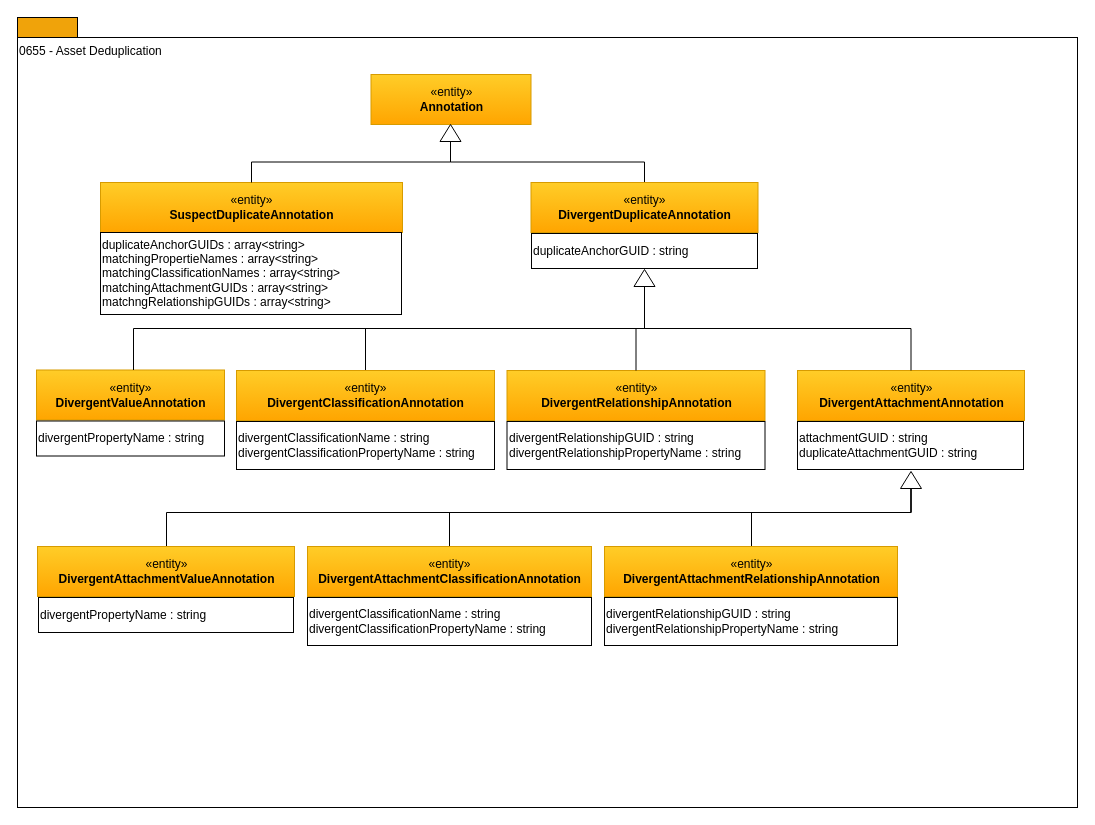
Above: page "0655 - Asset Deduplication" (16 of 18) of open-metadata-publication/website/open-metadata-types/area-6-discovery.drawio in planetf1/egeria (draw.io), before the change. Source tidied: cells renumbered, new cells numbered last; positions are measured from the earlier drawing's top-left corner, leaving out a move shared by most shapes. Both pictures are drawn from the tidied source at 100%, with x=0, y=0 at pixel (17, 17).
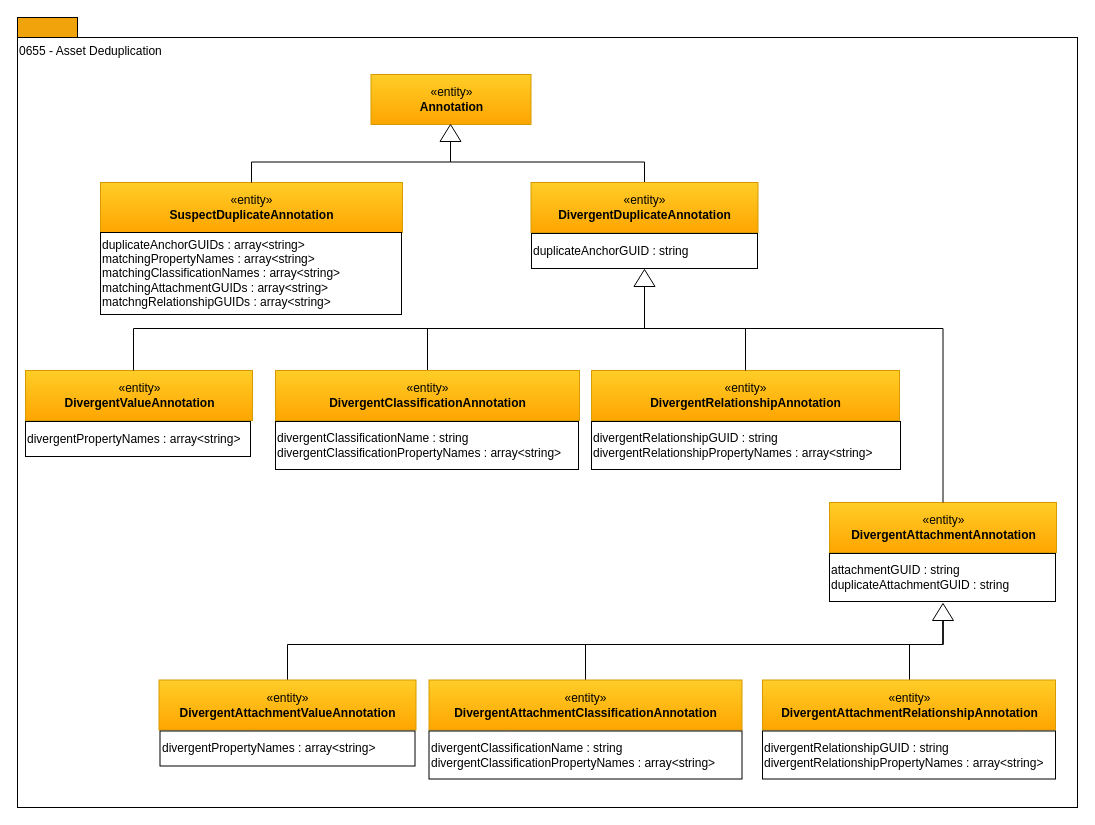
Above is the later version.

Unchanged cells that the change refers to:
```xml
<mxCell id="22" style="triangle;whiteSpace=wrap;html=1;strokeColor=#000000;gradientColor=#ffffff;align=center;rotation=-90;" parent="1" vertex="1">
  <mxGeometry x="618.5" y="250" width="17" height="21" as="geometry" />
</mxCell>
```

Diff of the diagram source:
```diff
@@
-    <mxCell id="5" value="duplicateAnchorGUIDs : array&amp;lt;string&amp;gt;&lt;br&gt;matchingPropertieNames : array&amp;lt;string&amp;gt;&lt;br&gt;matchingClassificationNames : array&amp;lt;string&amp;gt;&lt;br&gt;matchingAttachmentGUIDs : array&amp;lt;string&amp;gt;&lt;br&gt;matchngRelationshipGUIDs : array&amp;lt;string&amp;gt;" style="rounded=0;whiteSpace=wrap;html=1;strokeColor=#000000;gradientColor=#ffffff;align=left;" parent="1" vertex="1">
+    <mxCell id="5" value="duplicateAnchorGUIDs : array&amp;lt;string&amp;gt;&lt;br&gt;matchingPropertyNames : array&amp;lt;string&amp;gt;&lt;br&gt;matchingClassificationNames : array&amp;lt;string&amp;gt;&lt;br&gt;matchingAttachmentGUIDs : array&amp;lt;string&amp;gt;&lt;br&gt;matchngRelationshipGUIDs : array&amp;lt;string&amp;gt;" style="rounded=0;whiteSpace=wrap;html=1;strokeColor=#000000;gradientColor=#ffffff;align=left;" parent="1" vertex="1">
       <mxGeometry x="83" y="215" width="301" height="82" as="geometry" />
     </mxCell>
@@
     <mxCell id="10" value="«entity»&lt;br&gt;&lt;b&gt;DivergentValueAnnotation&lt;/b&gt;" style="html=1;strokeColor=#d79b00;align=center;fillColor=#ffcd28;gradientColor=#ffa500;" parent="1" vertex="1">
-      <mxGeometry x="19" y="352.5" width="188" height="50" as="geometry" />
+      <mxGeometry x="8" y="353" width="227" height="50" as="geometry" />
     </mxCell>
-    <mxCell id="11" value="divergentPropertyName : string" style="rounded=0;whiteSpace=wrap;html=1;strokeColor=#000000;gradientColor=#ffffff;align=left;" parent="1" vertex="1">
-      <mxGeometry x="19" y="403.5" width="188" height="35" as="geometry" />
+    <mxCell id="11" value="divergentPropertyNames : array&amp;lt;string&amp;gt;" style="rounded=0;whiteSpace=wrap;html=1;strokeColor=#000000;gradientColor=#ffffff;align=left;" parent="1" vertex="1">
+      <mxGeometry x="8" y="404" width="225" height="35" as="geometry" />
     </mxCell>
     <mxCell id="12" value="«entity»&lt;br&gt;&lt;b&gt;DivergentAttachmentAnnotation&lt;/b&gt;" style="html=1;strokeColor=#d79b00;align=center;fillColor=#ffcd28;gradientColor=#ffa500;" parent="1" vertex="1">
-      <mxGeometry x="780" y="353" width="227" height="50" as="geometry" />
+      <mxGeometry x="812" y="485" width="227" height="50" as="geometry" />
     </mxCell>
     <mxCell id="13" value="attachmentGUID : string&lt;br&gt;duplicateAttachmentGUID&amp;nbsp;: string" style="rounded=0;whiteSpace=wrap;html=1;strokeColor=#000000;gradientColor=#ffffff;align=left;" parent="1" vertex="1">
-      <mxGeometry x="780" y="404" width="226" height="48" as="geometry" />
+      <mxGeometry x="812" y="536" width="226" height="48" as="geometry" />
     </mxCell>
     <mxCell id="14" value="«entity»&lt;br&gt;&lt;b&gt;DivergentRelationshipAnnotation&lt;/b&gt;" style="html=1;strokeColor=#d79b00;align=center;fillColor=#ffcd28;gradientColor=#ffa500;" parent="1" vertex="1">
-      <mxGeometry x="489.5" y="353" width="258" height="50" as="geometry" />
+      <mxGeometry x="574" y="353" width="308" height="50" as="geometry" />
     </mxCell>
-    <mxCell id="15" value="divergentRelationshipGUID&amp;nbsp;: string&lt;br&gt;divergentRelationshipPropertyName : string" style="rounded=0;whiteSpace=wrap;html=1;strokeColor=#000000;gradientColor=#ffffff;align=left;" parent="1" vertex="1">
-      <mxGeometry x="489.5" y="404" width="258" height="48" as="geometry" />
+    <mxCell id="15" value="divergentRelationshipGUID&amp;nbsp;: string&lt;br&gt;divergentRelationshipPropertyNames : array&amp;lt;string&amp;gt;" style="rounded=0;whiteSpace=wrap;html=1;strokeColor=#000000;gradientColor=#ffffff;align=left;" parent="1" vertex="1">
+      <mxGeometry x="574" y="404" width="309" height="48" as="geometry" />
     </mxCell>
@@
     <mxCell id="21" style="edgeStyle=orthogonalEdgeStyle;rounded=0;jettySize=auto;html=1;entryX=0.5;entryY=0;entryDx=0;entryDy=0;endArrow=none;endFill=0;" parent="1" edge="1" source="22" target="12">
       <mxGeometry relative="1" as="geometry">
         <Array as="points">
           <mxPoint x="627" y="311" />
-          <mxPoint x="894" y="311" />
+          <mxPoint x="926" y="311" />
         </Array>
       </mxGeometry>
     </mxCell>
@@
     <mxCell id="23" style="edgeStyle=orthogonalEdgeStyle;rounded=0;jettySize=auto;html=1;endArrow=none;endFill=0;" parent="1" edge="1" source="26" target="29">
       <mxGeometry relative="1" as="geometry">
         <Array as="points">
-          <mxPoint x="894" y="495" />
-          <mxPoint x="734" y="495" />
+          <mxPoint x="926" y="627" />
+          <mxPoint x="892" y="627" />
         </Array>
       </mxGeometry>
     </mxCell>
     <mxCell id="24" style="edgeStyle=orthogonalEdgeStyle;rounded=0;jettySize=auto;html=1;endArrow=none;endFill=0;" parent="1" edge="1" source="26" target="33">
       <mxGeometry relative="1" as="geometry">
         <Array as="points">
-          <mxPoint x="894" y="495" />
-          <mxPoint x="432" y="495" />
+          <mxPoint x="926" y="627" />
+          <mxPoint x="568" y="627" />
         </Array>
       </mxGeometry>
     </mxCell>
     <mxCell id="25" style="edgeStyle=orthogonalEdgeStyle;rounded=0;jettySize=auto;html=1;endArrow=none;endFill=0;" parent="1" edge="1" source="26" target="27">
       <mxGeometry relative="1" as="geometry">
         <Array as="points">
-          <mxPoint x="894" y="495" />
-          <mxPoint x="149" y="495" />
+          <mxPoint x="926" y="627" />
+          <mxPoint x="270" y="627" />
         </Array>
       </mxGeometry>
     </mxCell>
     <mxCell id="26" style="triangle;whiteSpace=wrap;html=1;strokeColor=#000000;gradientColor=#ffffff;align=center;rotation=-90;" parent="1" vertex="1">
-      <mxGeometry x="885" y="452" width="17" height="21" as="geometry" />
+      <mxGeometry x="917" y="584" width="17" height="21" as="geometry" />
     </mxCell>
     <mxCell id="27" value="«entity»&lt;br&gt;&lt;b&gt;DivergentAttachmentValueAnnotation&lt;/b&gt;" style="html=1;strokeColor=#d79b00;align=center;fillColor=#ffcd28;gradientColor=#ffa500;" parent="1" vertex="1">
-      <mxGeometry x="20" y="529" width="257" height="50" as="geometry" />
+      <mxGeometry x="141.5" y="662.5" width="257" height="50" as="geometry" />
     </mxCell>
-    <mxCell id="28" value="divergentPropertyName : string" style="rounded=0;whiteSpace=wrap;html=1;strokeColor=#000000;gradientColor=#ffffff;align=left;" parent="1" vertex="1">
-      <mxGeometry x="21" y="580" width="255" height="35" as="geometry" />
+    <mxCell id="28" value="divergentPropertyNames : array&amp;lt;string&amp;gt;" style="rounded=0;whiteSpace=wrap;html=1;strokeColor=#000000;gradientColor=#ffffff;align=left;" parent="1" vertex="1">
+      <mxGeometry x="142.5" y="713.5" width="255" height="35" as="geometry" />
     </mxCell>
     <mxCell id="29" value="«entity»&lt;br&gt;&lt;b&gt;DivergentAttachmentRelationshipAnnotation&lt;/b&gt;" style="html=1;strokeColor=#d79b00;align=center;fillColor=#ffcd28;gradientColor=#ffa500;" parent="1" vertex="1">
-      <mxGeometry x="587" y="529" width="293" height="50" as="geometry" />
+      <mxGeometry x="745" y="662.5" width="293" height="50" as="geometry" />
     </mxCell>
-    <mxCell id="30" value="divergentRelationshipGUID&amp;nbsp;: string&lt;br&gt;divergentRelationshipPropertyName : string" style="rounded=0;whiteSpace=wrap;html=1;strokeColor=#000000;gradientColor=#ffffff;align=left;" parent="1" vertex="1">
-      <mxGeometry x="587" y="580" width="293" height="48" as="geometry" />
+    <mxCell id="30" value="divergentRelationshipGUID&amp;nbsp;: string&lt;br&gt;divergentRelationshipPropertyNames : array&amp;lt;string&amp;gt;" style="rounded=0;whiteSpace=wrap;html=1;strokeColor=#000000;gradientColor=#ffffff;align=left;" parent="1" vertex="1">
+      <mxGeometry x="745" y="713.5" width="293" height="48" as="geometry" />
     </mxCell>
     <mxCell id="31" value="«entity»&lt;br&gt;&lt;b&gt;DivergentClassificationAnnotation&lt;/b&gt;" style="html=1;strokeColor=#d79b00;align=center;fillColor=#ffcd28;gradientColor=#ffa500;" parent="1" vertex="1">
-      <mxGeometry x="219" y="353" width="258" height="50" as="geometry" />
+      <mxGeometry x="258" y="353" width="304" height="50" as="geometry" />
     </mxCell>
-    <mxCell id="32" value="divergentClassificationName : string&lt;br&gt;divergentClassificationPropertyName : string" style="rounded=0;whiteSpace=wrap;html=1;strokeColor=#000000;gradientColor=#ffffff;align=left;" parent="1" vertex="1">
-      <mxGeometry x="219" y="404" width="258" height="48" as="geometry" />
+    <mxCell id="32" value="divergentClassificationName : string&lt;br&gt;divergentClassificationPropertyNames : array&amp;lt;string&amp;gt;" style="rounded=0;whiteSpace=wrap;html=1;strokeColor=#000000;gradientColor=#ffffff;align=left;" parent="1" vertex="1">
+      <mxGeometry x="258" y="404" width="303" height="48" as="geometry" />
     </mxCell>
     <mxCell id="33" value="«entity»&lt;br&gt;&lt;b&gt;DivergentAttachmentClassificationAnnotation&lt;/b&gt;" style="html=1;strokeColor=#d79b00;align=center;fillColor=#ffcd28;gradientColor=#ffa500;" parent="1" vertex="1">
-      <mxGeometry x="290" y="529" width="284" height="50" as="geometry" />
+      <mxGeometry x="411.5" y="662.5" width="313" height="50" as="geometry" />
     </mxCell>
-    <mxCell id="34" value="divergentClassificationName : string&lt;br&gt;divergentClassificationPropertyName : string" style="rounded=0;whiteSpace=wrap;html=1;strokeColor=#000000;gradientColor=#ffffff;align=left;" parent="1" vertex="1">
-      <mxGeometry x="290" y="580" width="284" height="48" as="geometry" />
+    <mxCell id="34" value="divergentClassificationName : string&lt;br&gt;divergentClassificationPropertyNames : array&amp;lt;string&amp;gt;" style="rounded=0;whiteSpace=wrap;html=1;strokeColor=#000000;gradientColor=#ffffff;align=left;" parent="1" vertex="1">
+      <mxGeometry x="411.5" y="713.5" width="313" height="48" as="geometry" />
     </mxCell>
```
